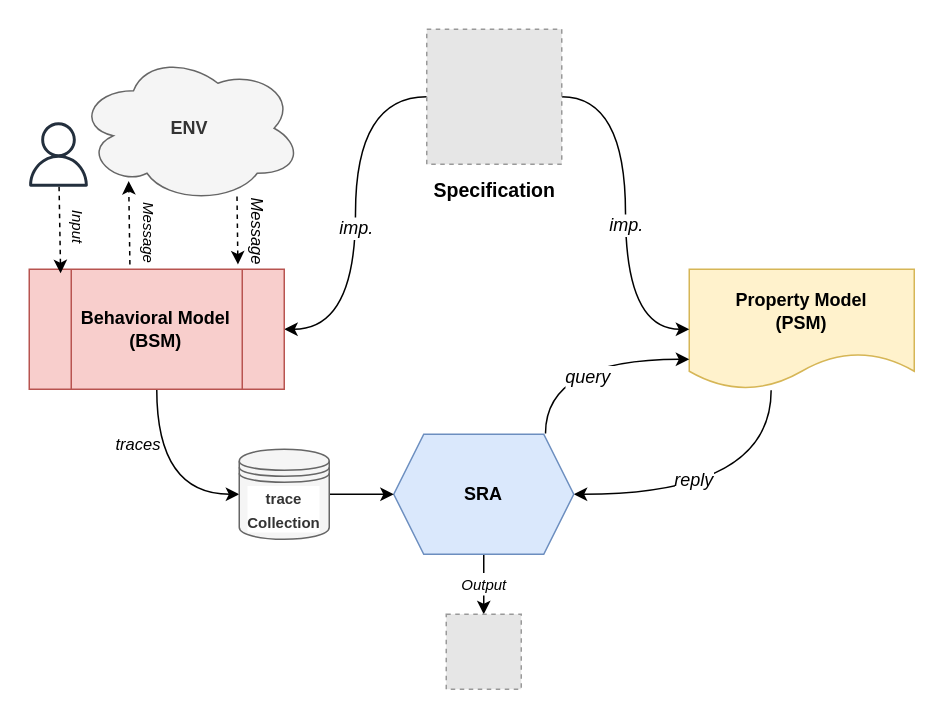
Earlier version of the draw.io diagram page "RobustnessTestingFramework" (7 of 9) of RobustnessTesting.drawio (MajidGitHubRepos/AllDiagrams). Source tidied: cells renumbered, new cells numbered last; positions are measured from the earlier drawing's top-left corner, leaving out a move shared by most shapes. Both pictures are drawn from the tidied source at 150%, with x=0, y=0 at pixel (26, 28). Pictures stored in the file or linked from it are replaced by grey dashed boxes.
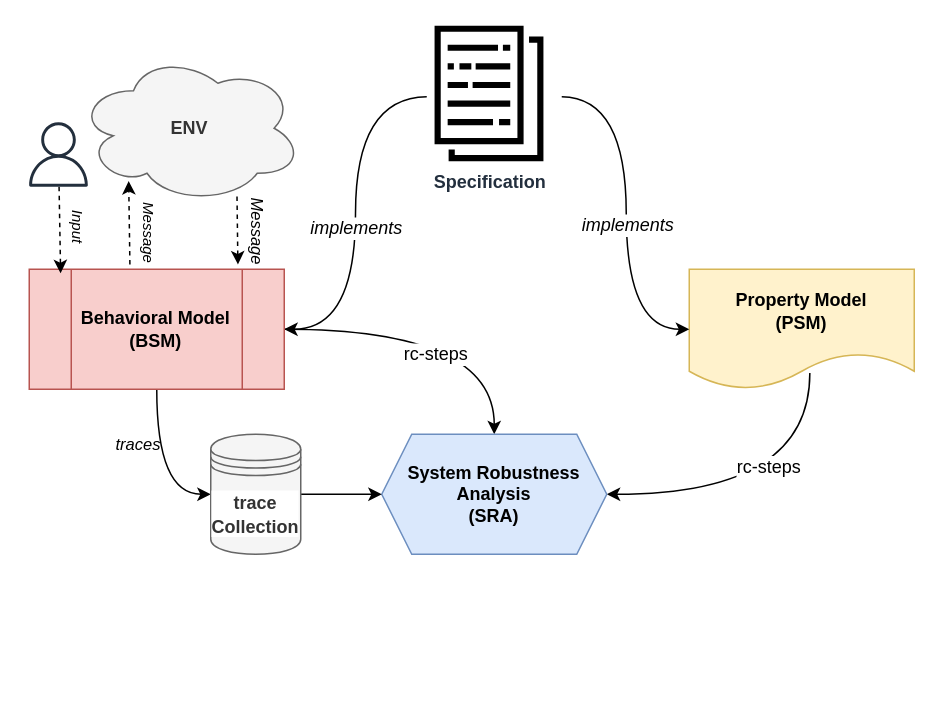
Above is the later version.

Unchanged cells that the change refers to:
```xml
<mxCell id="4" value="&lt;b&gt;Property Model&lt;br&gt;(PSM)&lt;br&gt;&lt;/b&gt;" style="shape=document;whiteSpace=wrap;html=1;boundedLbl=1;fillColor=#fff2cc;strokeColor=#d6b656;" parent="1" vertex="1">
  <mxGeometry x="442" y="160" width="150" height="80" as="geometry" />
</mxCell>
<mxCell id="14" value="&lt;b&gt;Behavioral Model&lt;br&gt;(BSM)&lt;/b&gt;" style="shape=process;whiteSpace=wrap;html=1;backgroundOutline=1;size=0.16666666666666669;fillColor=#f8cecc;strokeColor=#b85450;" parent="1" vertex="1">
  <mxGeometry x="2" y="160" width="170" height="80" as="geometry" />
</mxCell>
```

What changed in the source:
```diff
@@
-    <mxCell id="2" style="edgeStyle=orthogonalEdgeStyle;curved=1;rounded=0;jettySize=auto;html=1;entryX=1;entryY=0.5;entryDx=0;entryDy=0;fontSize=10;startArrow=none;startFill=0;endArrow=classic;endFill=1;exitX=0.364;exitY=1.009;exitDx=0;exitDy=0;exitPerimeter=0;" parent="1" edge="1" source="4" target="20">
+    <mxCell id="2" style="edgeStyle=orthogonalEdgeStyle;curved=1;rounded=0;jettySize=auto;html=1;entryX=1;entryY=0.5;entryDx=0;entryDy=0;fontSize=12;fontColor=#000000;startArrow=none;startFill=0;endArrow=classic;endFill=1;strokeWidth=1;exitX=0.536;exitY=0.865;exitDx=0;exitDy=0;exitPerimeter=0;" parent="1" edge="1" source="4" target="20">
       <mxGeometry relative="1" as="geometry">
         <Array as="points">
-          <mxPoint x="497" y="310" />
+          <mxPoint x="522" y="310" />
         </Array>
       </mxGeometry>
     </mxCell>
-    <mxCell id="3" value="&lt;font style=&quot;font-size: 12px;&quot;&gt;&lt;i&gt;reply&lt;/i&gt;&lt;/font&gt;" style="edgeLabel;html=1;align=center;verticalAlign=middle;fontSize=10;" parent="2" vertex="1">
-      <mxGeometry x="0.35" y="-22" relative="1" as="geometry">
-        <mxPoint x="15" y="12" as="offset" />
-      </mxGeometry>
-    </mxCell>
+    <mxCell id="28" value="rc-steps" style="edgeLabel;html=1;align=center;verticalAlign=middle;fontSize=12;fontColor=#000000;" parent="2" vertex="1">
+      <mxGeometry x="-0.19" y="10" relative="1" as="geometry">
+        <mxPoint x="-21" y="-29" as="offset" />
+      </mxGeometry>
+    </mxCell>
@@
-    <mxCell id="8" style="edgeStyle=orthogonalEdgeStyle;curved=1;rounded=0;jettySize=auto;html=1;entryX=1;entryY=0.5;entryDx=0;entryDy=0;fontSize=8;startArrow=none;startFill=0;endArrow=classic;endFill=1;" parent="1" edge="1" source="12" target="14">
-      <mxGeometry relative="1" as="geometry" />
+    <mxCell id="8" style="edgeStyle=orthogonalEdgeStyle;curved=1;rounded=0;jettySize=auto;html=1;entryX=1;entryY=0.5;entryDx=0;entryDy=0;fontSize=8;startArrow=none;startFill=0;endArrow=classic;endFill=1;" parent="1" edge="1" target="14">
+      <mxGeometry relative="1" as="geometry">
+        <mxPoint x="267" y="45" as="sourcePoint" />
+      </mxGeometry>
     </mxCell>
-    <mxCell id="9" value="&lt;i&gt;imp.&lt;/i&gt;" style="edgeLabel;html=1;align=center;verticalAlign=middle;fontSize=12;" parent="8" vertex="1">
+    <mxCell id="9" value="&lt;i&gt;implements&lt;/i&gt;" style="edgeLabel;html=1;align=center;verticalAlign=middle;fontSize=12;" parent="8" vertex="1">
       <mxGeometry x="0.08" relative="1" as="geometry" />
     </mxCell>
-    <mxCell id="10" style="edgeStyle=orthogonalEdgeStyle;curved=1;rounded=0;jettySize=auto;html=1;entryX=0;entryY=0.5;entryDx=0;entryDy=0;fontSize=8;startArrow=none;startFill=0;endArrow=classic;endFill=1;" parent="1" edge="1" source="12" target="4">
-      <mxGeometry relative="1" as="geometry" />
+    <mxCell id="10" style="edgeStyle=orthogonalEdgeStyle;curved=1;rounded=0;jettySize=auto;html=1;entryX=0;entryY=0.5;entryDx=0;entryDy=0;fontSize=8;startArrow=none;startFill=0;endArrow=classic;endFill=1;" parent="1" edge="1" target="4">
+      <mxGeometry relative="1" as="geometry">
+        <mxPoint x="357" y="45" as="sourcePoint" />
+      </mxGeometry>
     </mxCell>
-    <mxCell id="11" value="&lt;i&gt;imp.&lt;/i&gt;" style="edgeLabel;html=1;align=center;verticalAlign=middle;fontSize=12;" parent="10" vertex="1">
+    <mxCell id="11" value="&lt;i&gt;implements&lt;/i&gt;" style="edgeLabel;html=1;align=center;verticalAlign=middle;fontSize=12;" parent="10" vertex="1">
       <mxGeometry x="0.07" y="-1" relative="1" as="geometry">
         <mxPoint x="1" as="offset" />
       </mxGeometry>
     </mxCell>
-    <mxCell id="12" value="&lt;b&gt;&lt;font style=&quot;font-size: 13px;&quot;&gt;Specification&lt;/font&gt;&lt;/b&gt;" style="fillColor=#E6E6E6;strokeColor=#999999;dashed=1;html=1;verticalAlign=top;verticalLabelPosition=bottom;labelBackgroundColor=#ffffff;fontSize=16;" parent="1" vertex="1">
-      <mxGeometry x="267" width="90" height="90" as="geometry" />
-    </mxCell>
@@
+    <mxCell id="29" style="edgeStyle=orthogonalEdgeStyle;rounded=0;jettySize=auto;html=1;entryX=0.5;entryY=0;entryDx=0;entryDy=0;fontSize=12;fontColor=#FFFFFF;startArrow=none;startFill=0;endArrow=classic;endFill=1;strokeWidth=1;curved=1;" parent="1" edge="1" source="14" target="20">
+      <mxGeometry relative="1" as="geometry" />
+    </mxCell>
+    <mxCell id="30" value="&lt;font color=&quot;#000000&quot;&gt;rc-steps&lt;/font&gt;" style="edgeLabel;html=1;align=center;verticalAlign=middle;fontSize=12;fontColor=#FFFFFF;" parent="29" vertex="1">
+      <mxGeometry x="-0.05" y="-16" relative="1" as="geometry" />
+    </mxCell>
@@
-    <mxCell id="17" style="edgeStyle=orthogonalEdgeStyle;curved=1;rounded=0;jettySize=auto;html=1;entryX=0;entryY=0.75;entryDx=0;entryDy=0;fontSize=10;startArrow=none;startFill=0;endArrow=classic;endFill=1;exitX=0.843;exitY=-0.006;exitDx=0;exitDy=0;exitPerimeter=0;" parent="1" edge="1" source="20" target="4">
-      <mxGeometry relative="1" as="geometry">
-        <Array as="points">
-          <mxPoint x="346" y="220" />
-        </Array>
-      </mxGeometry>
-    </mxCell>
-    <mxCell id="18" value="&lt;font style=&quot;font-size: 12px;&quot;&gt;&lt;i&gt;query&amp;nbsp;&lt;/i&gt;&lt;/font&gt;" style="edgeLabel;html=1;align=center;verticalAlign=middle;fontSize=10;" parent="17" vertex="1">
-      <mxGeometry x="0.09" y="-11" relative="1" as="geometry" />
-    </mxCell>
-    <mxCell id="19" value="&lt;font style=&quot;font-size: 10px;&quot;&gt;&lt;i&gt;Output&lt;/i&gt;&lt;/font&gt;" style="edgeStyle=orthogonalEdgeStyle;curved=1;rounded=0;jettySize=auto;html=1;entryX=0.5;entryY=0;entryDx=0;entryDy=0;fontSize=12;startArrow=none;startFill=0;endArrow=classic;endFill=1;" parent="1" edge="1" source="20" target="24">
-      <mxGeometry relative="1" as="geometry" />
-    </mxCell>
-    <mxCell id="20" value="&lt;b&gt;SRA&lt;/b&gt;" style="shape=hexagon;perimeter=hexagonPerimeter2;whiteSpace=wrap;html=1;fixedSize=1;fillColor=#dae8fc;strokeColor=#6c8ebf;" parent="1" vertex="1">
-      <mxGeometry x="245" y="270" width="120" height="80" as="geometry" />
+    <mxCell id="20" value="&lt;font style=&quot;font-size: 12px;&quot;&gt;&lt;b style=&quot;&quot;&gt;System Robustness Analysis&lt;/b&gt;&lt;b&gt;&lt;br&gt;(SRA)&lt;/b&gt;&lt;/font&gt;" style="shape=hexagon;perimeter=hexagonPerimeter2;whiteSpace=wrap;html=1;fixedSize=1;fillColor=#dae8fc;strokeColor=#6c8ebf;" parent="1" vertex="1">
+      <mxGeometry x="237" y="270" width="150" height="80" as="geometry" />
     </mxCell>
@@
-    <mxCell id="22" value="&lt;font style=&quot;font-size: 10px;&quot;&gt;&lt;b&gt;trace&lt;br&gt;Collection&lt;/b&gt;&lt;/font&gt;" style="shape=datastore;whiteSpace=wrap;html=1;labelBackgroundColor=#FFFFFF;fontSize=13;fillColor=#f5f5f5;fontColor=#333333;strokeColor=#666666;" parent="1" vertex="1">
-      <mxGeometry x="142" y="280" width="60" height="60" as="geometry" />
+    <mxCell id="22" value="&lt;font style=&quot;font-size: 12px;&quot;&gt;&lt;b&gt;trace&lt;br&gt;Collection&lt;/b&gt;&lt;/font&gt;" style="shape=datastore;whiteSpace=wrap;html=1;labelBackgroundColor=#FFFFFF;fontSize=13;fillColor=#f5f5f5;fontColor=#333333;strokeColor=#666666;" parent="1" vertex="1">
+      <mxGeometry x="123" y="270" width="60" height="80" as="geometry" />
     </mxCell>
@@
-    <mxCell id="24" style="fillColor=#E6E6E6;strokeColor=#999999;dashed=1;html=1;verticalAlign=top;verticalLabelPosition=bottom;labelBackgroundColor=#ffffff;fontSize=12;" parent="1" vertex="1">
-      <mxGeometry x="280" y="390" width="50" height="50" as="geometry" />
-    </mxCell>
@@
+    <mxCell id="12" value="&lt;b&gt;Specification&lt;/b&gt;" style="sketch=0;outlineConnect=0;fontColor=#232F3E;gradientColor=none;fillColor=#000000;strokeColor=none;dashed=0;verticalLabelPosition=bottom;verticalAlign=top;align=center;html=1;fontSize=12;fontStyle=0;shape=mxgraph.aws4.data_set;labelBackgroundColor=none;" parent="1" vertex="1">
+      <mxGeometry x="272" y="-2.4" width="73" height="90.4" as="geometry" />
+    </mxCell>
```
